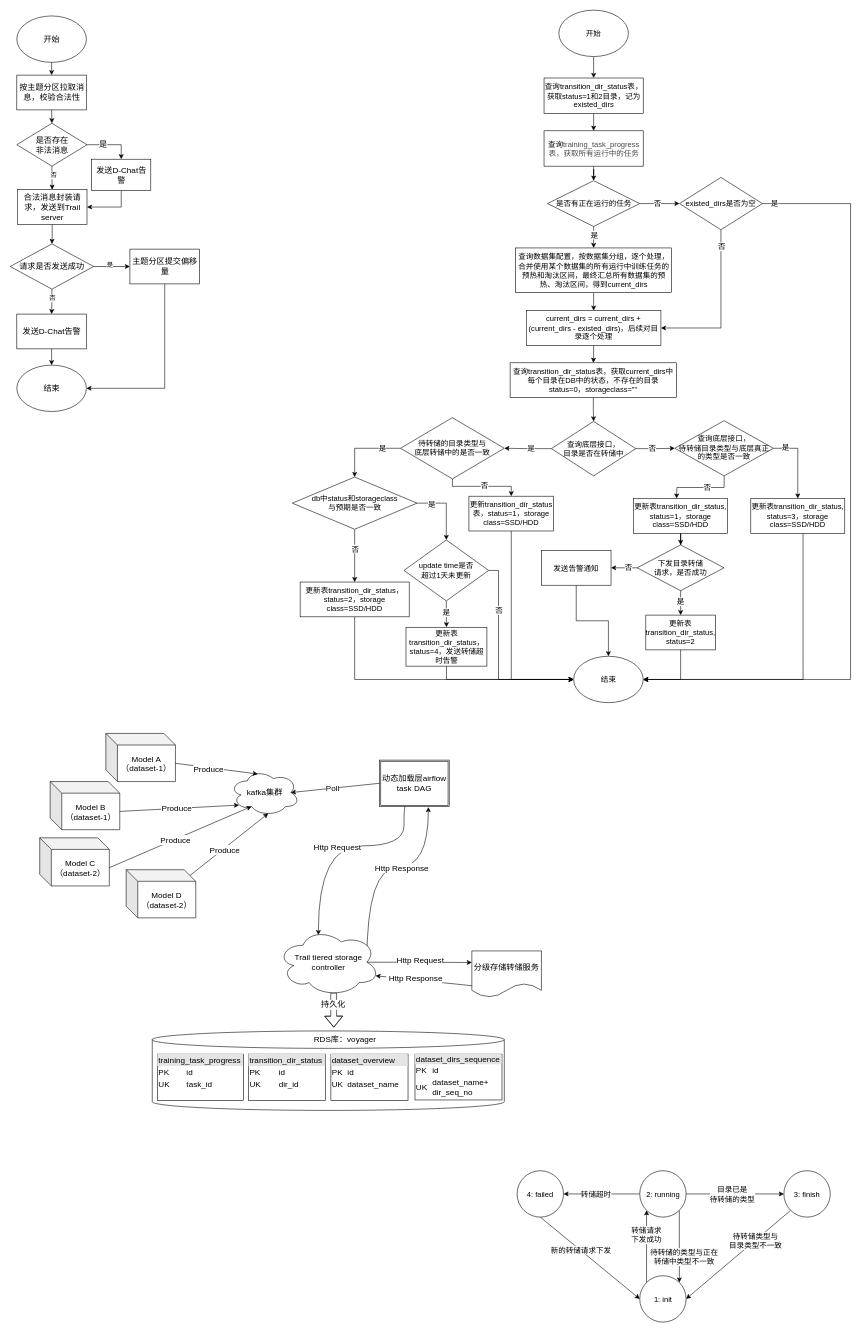
Before: page "二期" (2 of 2) of dynamic_load.drawio in ydh12356890/DiDiDraw, a draw.io diagram. Source tidied: cells renumbered, new cells numbered last; positions are measured from the earlier drawing's top-left corner, leaving out a move shared by most shapes. Both pictures are drawn from the tidied source at 58%, with x=0, y=0 at pixel (10, 10).
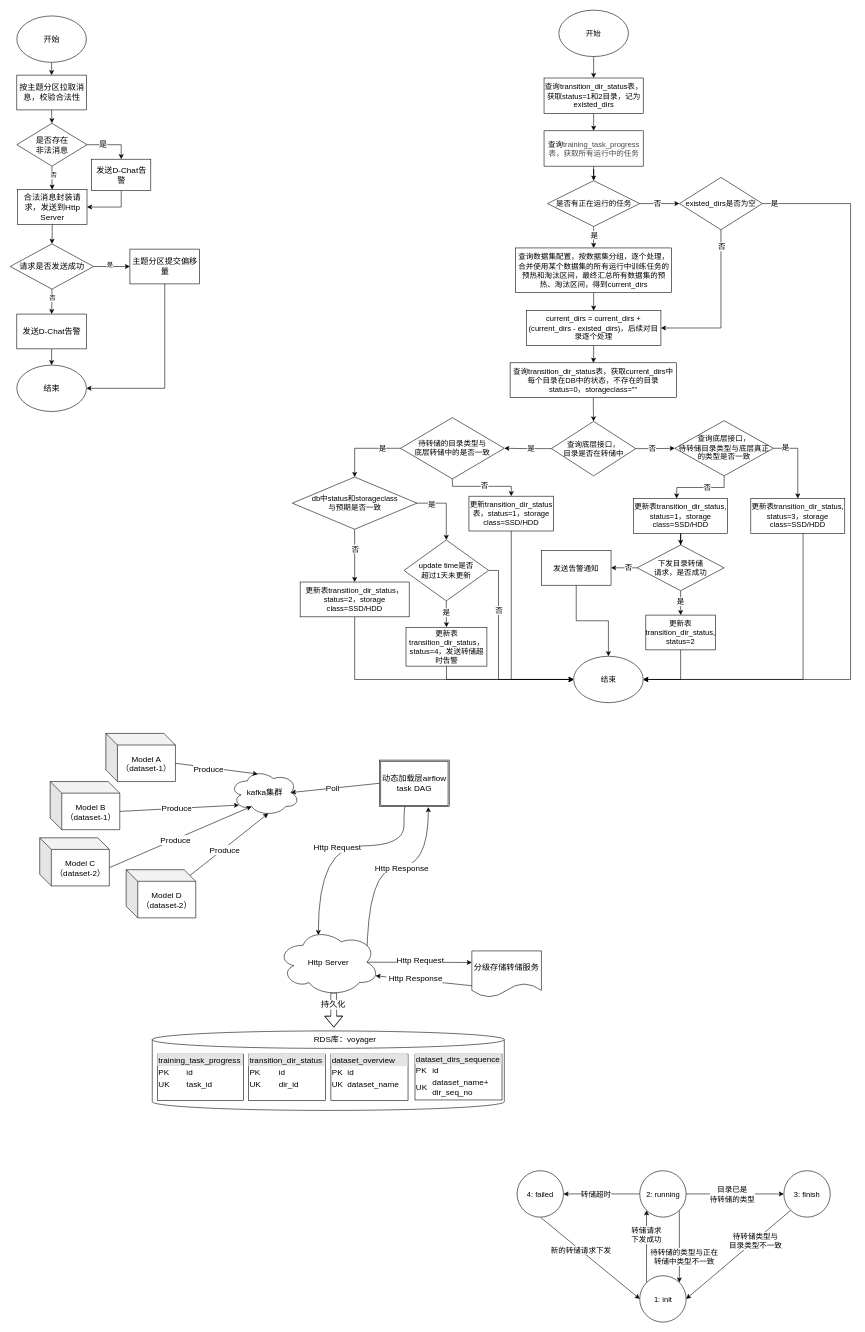
Above is the later version.

Diff of the diagram source:
```diff
@@
-    <mxCell id="118" value="Trail tiered storage controller" style="ellipse;shape=cloud;whiteSpace=wrap;html=1;fontSize=14;fontFamily=Helvetica;" parent="1" vertex="1">
+    <mxCell id="118" value="Http Server" style="ellipse;shape=cloud;whiteSpace=wrap;html=1;fontSize=14;fontFamily=Helvetica;" parent="1" vertex="1">
       <mxGeometry x="461" y="1583" width="176" height="117" as="geometry" />
     </mxCell>
@@
-    <mxCell id="132" value="合法消息封装请求，发送到Trail server" style="rounded=0;whiteSpace=wrap;html=1;fontFamily=Helvetica;fontSize=14;" parent="1" vertex="1">
+    <mxCell id="132" value="合法消息封装请求，发送到Http Server" style="rounded=0;whiteSpace=wrap;html=1;fontFamily=Helvetica;fontSize=14;" parent="1" vertex="1">
       <mxGeometry x="12.5" y="309.5" width="120" height="60" as="geometry" />
     </mxCell>
```
